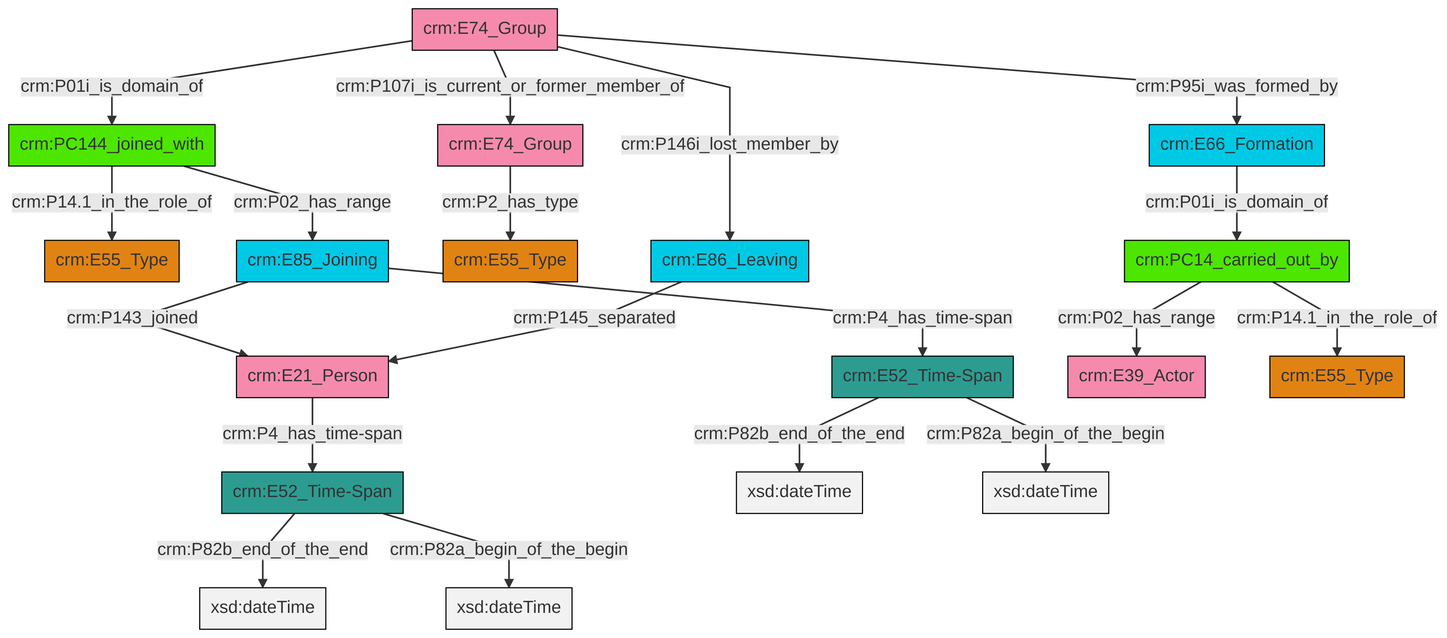
This is et/groupCSV/ttl/mmd/png/group_actor_relations.png from swiss-art-research-net/docs.swissartresearch, a Mermaid export, as it was before one commit. Its source is kept beside it as et/groupCSV/ttl/mmd/group_actor_relations.ttl.mmd.
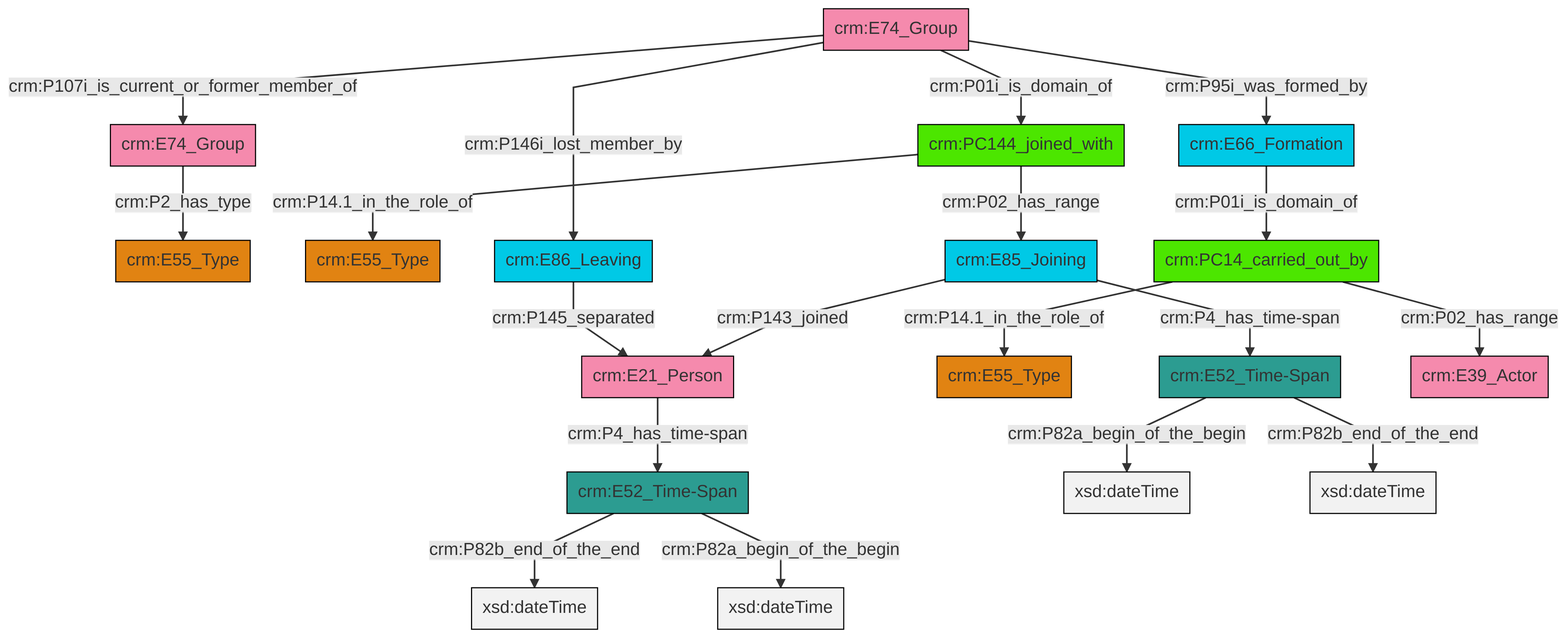
After the commit.

The edit, as a diff of the source:
```diff
@@ -13,21 +13,21 @@
 classDef PC_Classes fill:#4ce600, stroke:#000000;
 classDef Multi fill:#cccccc,stroke:#000000;
 
-2["crm:E74_Group"]:::Actor -->|crm:P95i_was_formed_by| 3["crm:E66_Formation"]:::Temporal_Entity
-2["crm:E74_Group"]:::Actor -->|crm:P107i_is_current_or_former_member_of| 4["crm:E74_Group"]:::Actor
-10["crm:E52_Time-Span"]:::Time-Span -->|crm:P82b_end_of_the_end| 11[xsd:dateTime]:::Literal
-14["crm:PC144_joined_with"]:::PC_Classes -->|crm:P02_has_range| 5["crm:E85_Joining"]:::Temporal_Entity
-2["crm:E74_Group"]:::Actor -->|crm:P01i_is_domain_of| 14["crm:PC144_joined_with"]:::PC_Classes
-19["crm:E52_Time-Span"]:::Time-Span -->|crm:P82b_end_of_the_end| 20[xsd:dateTime]:::Literal
-7["crm:E21_Person"]:::Actor -->|crm:P4_has_time-span| 10["crm:E52_Time-Span"]:::Time-Span
-19["crm:E52_Time-Span"]:::Time-Span -->|crm:P82a_begin_of_the_begin| 26[xsd:dateTime]:::Literal
-14["crm:PC144_joined_with"]:::PC_Classes -->|crm:P14.1_in_the_role_of| 0["crm:E55_Type"]:::Type
-28["crm:PC14_carried_out_by"]:::PC_Classes -->|crm:P14.1_in_the_role_of| 29["crm:E55_Type"]:::Type
-5["crm:E85_Joining"]:::Temporal_Entity -->|crm:P143_joined| 7["crm:E21_Person"]:::Actor
-10["crm:E52_Time-Span"]:::Time-Span -->|crm:P82a_begin_of_the_begin| 33[xsd:dateTime]:::Literal
-4["crm:E74_Group"]:::Actor -->|crm:P2_has_type| 15["crm:E55_Type"]:::Type
-5["crm:E85_Joining"]:::Temporal_Entity -->|crm:P4_has_time-span| 19["crm:E52_Time-Span"]:::Time-Span
-28["crm:PC14_carried_out_by"]:::PC_Classes -->|crm:P02_has_range| 22["crm:E39_Actor"]:::Actor
-17["crm:E86_Leaving"]:::Temporal_Entity -->|crm:P145_separated| 7["crm:E21_Person"]:::Actor
-2["crm:E74_Group"]:::Actor -->|crm:P146i_lost_member_by| 17["crm:E86_Leaving"]:::Temporal_Entity
-3["crm:E66_Formation"]:::Temporal_Entity -->|crm:P01i_is_domain_of| 28["crm:PC14_carried_out_by"]:::PC_Classes
+11["crm:E21_Person"]:::Actor -->|crm:P4_has_time-span| 12["crm:E52_Time-Span"]:::Time-Span
+12["crm:E52_Time-Span"]:::Time-Span -->|crm:P82b_end_of_the_end| 13[xsd:dateTime]:::Literal
+18["crm:E74_Group"]:::Actor -->|crm:P01i_is_domain_of| 9["crm:PC144_joined_with"]:::PC_Classes
+0["crm:E66_Formation"]:::Temporal_Entity -->|crm:P01i_is_domain_of| 21["crm:PC14_carried_out_by"]:::PC_Classes
+23["crm:E85_Joining"]:::Temporal_Entity -->|crm:P143_joined| 11["crm:E21_Person"]:::Actor
+24["crm:E52_Time-Span"]:::Time-Span -->|crm:P82a_begin_of_the_begin| 25[xsd:dateTime]:::Literal
+18["crm:E74_Group"]:::Actor -->|crm:P107i_is_current_or_former_member_of| 4["crm:E74_Group"]:::Actor
+21["crm:PC14_carried_out_by"]:::PC_Classes -->|crm:P02_has_range| 27["crm:E39_Actor"]:::Actor
+12["crm:E52_Time-Span"]:::Time-Span -->|crm:P82a_begin_of_the_begin| 28[xsd:dateTime]:::Literal
+18["crm:E74_Group"]:::Actor -->|crm:P95i_was_formed_by| 0["crm:E66_Formation"]:::Temporal_Entity
+9["crm:PC144_joined_with"]:::PC_Classes -->|crm:P14.1_in_the_role_of| 6["crm:E55_Type"]:::Type
+18["crm:E74_Group"]:::Actor -->|crm:P146i_lost_member_by| 16["crm:E86_Leaving"]:::Temporal_Entity
+21["crm:PC14_carried_out_by"]:::PC_Classes -->|crm:P14.1_in_the_role_of| 14["crm:E55_Type"]:::Type
+24["crm:E52_Time-Span"]:::Time-Span -->|crm:P82b_end_of_the_end| 32[xsd:dateTime]:::Literal
+9["crm:PC144_joined_with"]:::PC_Classes -->|crm:P02_has_range| 23["crm:E85_Joining"]:::Temporal_Entity
+16["crm:E86_Leaving"]:::Temporal_Entity -->|crm:P145_separated| 11["crm:E21_Person"]:::Actor
+4["crm:E74_Group"]:::Actor -->|crm:P2_has_type| 2["crm:E55_Type"]:::Type
+23["crm:E85_Joining"]:::Temporal_Entity -->|crm:P4_has_time-span| 24["crm:E52_Time-Span"]:::Time-Span
```
